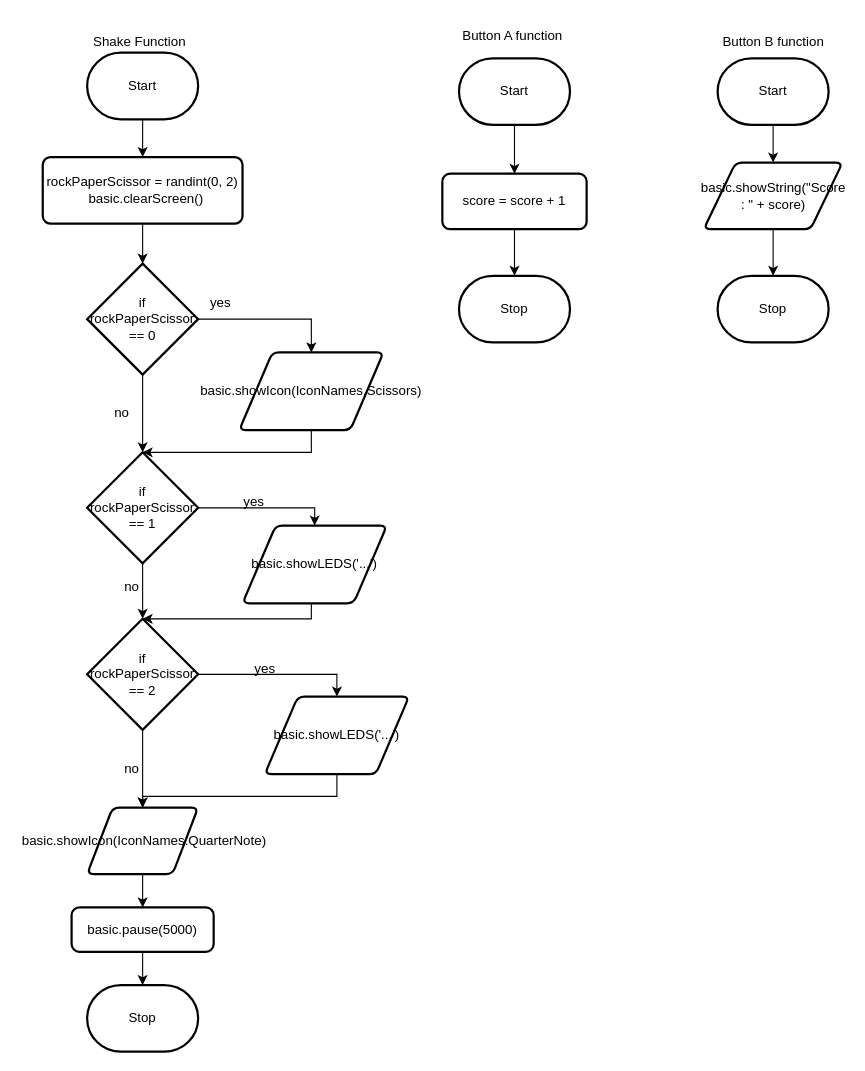
MTHS-TEJ2O-1-2023/TEJ2O-Unit-2-09-Liya-Getachew keeps this draw.io diagram as design/flowchart.drawio. Above is the earlier version. Source tidied: cells renumbered, new cells numbered last; positions are measured from the earlier drawing's top-left corner, leaving out a move shared by most shapes. Both pictures are drawn from the tidied source at 111%, with x=0, y=0 at pixel (42, 19).
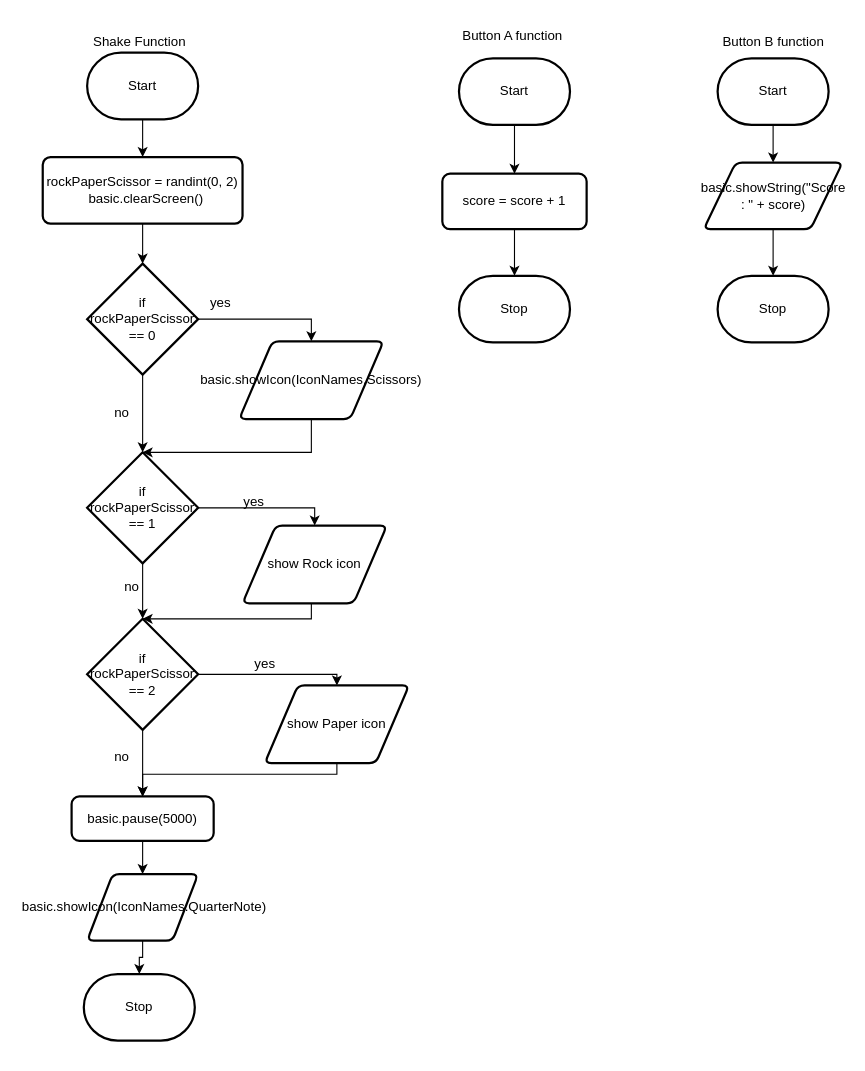
The same diagram, later.

The change refers to these unchanged cells:
```xml
<mxCell id="25" value="if rockPaperScissor == 2" style="strokeWidth=2;html=1;shape=mxgraph.flowchart.decision;whiteSpace=wrap;" parent="1" vertex="1">
  <mxGeometry x="40" y="540" width="100" height="100" as="geometry" />
</mxCell>
```

What changed in the source:
```diff
@@
-    <mxCell id="24" style="edgeStyle=orthogonalEdgeStyle;rounded=0;html=1;" parent="1" edge="1" source="25" target="37">
-      <mxGeometry relative="1" as="geometry" />
-    </mxCell>
+    <mxCell id="45" style="edgeStyle=none;html=1;fontFamily=Helvetica;fontSize=12;fontColor=default;" parent="1" edge="1" source="25" target="43">
+      <mxGeometry relative="1" as="geometry" />
+    </mxCell>
@@
     <mxCell id="29" value="basic.showIcon(IconNames.Scissors)" style="shape=parallelogram;html=1;strokeWidth=2;perimeter=parallelogramPerimeter;whiteSpace=wrap;rounded=1;arcSize=12;size=0.23;" parent="1" vertex="1">
-      <mxGeometry x="177" y="300" width="130" height="70" as="geometry" />
+      <mxGeometry x="177" y="290" width="130" height="70" as="geometry" />
     </mxCell>
@@
-    <mxCell id="33" value="basic.showLEDS('...')" style="shape=parallelogram;html=1;strokeWidth=2;perimeter=parallelogramPerimeter;whiteSpace=wrap;rounded=1;arcSize=12;size=0.23;" parent="1" vertex="1">
+    <mxCell id="33" value="show Rock icon" style="shape=parallelogram;html=1;strokeWidth=2;perimeter=parallelogramPerimeter;whiteSpace=wrap;rounded=1;arcSize=12;size=0.23;" parent="1" vertex="1">
       <mxGeometry x="180" y="456" width="130" height="70" as="geometry" />
     </mxCell>
-    <mxCell id="34" style="edgeStyle=orthogonalEdgeStyle;rounded=0;html=1;entryX=0.5;entryY=0;entryDx=0;entryDy=0;" parent="1" edge="1" source="35" target="37">
-      <mxGeometry relative="1" as="geometry">
-        <Array as="points">
-          <mxPoint x="265" y="700" />
-          <mxPoint x="90" y="700" />
-        </Array>
-      </mxGeometry>
-    </mxCell>
+    <mxCell id="46" style="edgeStyle=orthogonalEdgeStyle;html=1;entryX=0.5;entryY=0;entryDx=0;entryDy=0;fontFamily=Helvetica;fontSize=12;fontColor=default;rounded=0;" parent="1" edge="1" source="35" target="43">
+      <mxGeometry relative="1" as="geometry">
+        <Array as="points">
+          <mxPoint x="90" y="680" />
+        </Array>
+      </mxGeometry>
+    </mxCell>
-    <mxCell id="35" value="basic.showLEDS('...')" style="shape=parallelogram;html=1;strokeWidth=2;perimeter=parallelogramPerimeter;whiteSpace=wrap;rounded=1;arcSize=12;size=0.23;" parent="1" vertex="1">
-      <mxGeometry x="200" y="610" width="130" height="70" as="geometry" />
+    <mxCell id="35" value="show Paper icon" style="shape=parallelogram;html=1;strokeWidth=2;perimeter=parallelogramPerimeter;whiteSpace=wrap;rounded=1;arcSize=12;size=0.23;" parent="1" vertex="1">
+      <mxGeometry x="200" y="600" width="130" height="70" as="geometry" />
     </mxCell>
-    <mxCell id="36" style="edgeStyle=orthogonalEdgeStyle;rounded=0;html=1;" parent="1" edge="1" source="37" target="43">
-      <mxGeometry relative="1" as="geometry" />
-    </mxCell>
+    <mxCell id="47" style="edgeStyle=orthogonalEdgeStyle;rounded=0;html=1;fontFamily=Helvetica;fontSize=12;fontColor=default;" parent="1" edge="1" source="37" target="44">
+      <mxGeometry relative="1" as="geometry" />
+    </mxCell>
     <mxCell id="37" value="&lt;div&gt;&lt;span style=&quot;background-color: initial;&quot;&gt;&amp;nbsp;basic.showIcon(IconNames.QuarterNote)&lt;/span&gt;&lt;br&gt;&lt;/div&gt;" style="shape=parallelogram;html=1;strokeWidth=2;perimeter=parallelogramPerimeter;whiteSpace=wrap;rounded=1;arcSize=12;size=0.23;" parent="1" vertex="1">
-      <mxGeometry x="40" y="710" width="100" height="60" as="geometry" />
+      <mxGeometry x="40" y="770" width="100" height="60" as="geometry" />
     </mxCell>
@@
     <mxCell id="39" value="yes" style="text;html=1;align=center;verticalAlign=middle;strokeColor=none;fillColor=none;" parent="1" vertex="1">
-      <mxGeometry x="180" y="570" width="40" height="30" as="geometry" />
+      <mxGeometry x="180" y="566" width="40" height="30" as="geometry" />
     </mxCell>
@@
     <mxCell id="41" value="no" style="text;html=1;align=center;verticalAlign=middle;strokeColor=none;fillColor=none;" parent="1" vertex="1">
-      <mxGeometry x="60" y="660" width="40" height="30" as="geometry" />
+      <mxGeometry x="51" y="650" width="40" height="30" as="geometry" />
     </mxCell>
-    <mxCell id="42" style="edgeStyle=orthogonalEdgeStyle;rounded=0;html=1;" parent="1" edge="1" source="43" target="44">
-      <mxGeometry relative="1" as="geometry" />
-    </mxCell>
+    <mxCell id="48" style="edgeStyle=orthogonalEdgeStyle;rounded=0;html=1;fontFamily=Helvetica;fontSize=12;fontColor=default;" parent="1" edge="1" source="43" target="37">
+      <mxGeometry relative="1" as="geometry" />
+    </mxCell>
     <mxCell id="43" value="basic.pause(5000)" style="rounded=1;whiteSpace=wrap;html=1;absoluteArcSize=1;arcSize=14;strokeWidth=2;" parent="1" vertex="1">
-      <mxGeometry x="26" y="800" width="128" height="40" as="geometry" />
+      <mxGeometry x="26" y="700" width="128" height="40" as="geometry" />
     </mxCell>
     <mxCell id="44" value="Stop" style="strokeWidth=2;html=1;shape=mxgraph.flowchart.terminator;whiteSpace=wrap;" parent="1" vertex="1">
-      <mxGeometry x="40" y="870" width="100" height="60" as="geometry" />
+      <mxGeometry x="37" y="860" width="100" height="60" as="geometry" />
     </mxCell>
```
